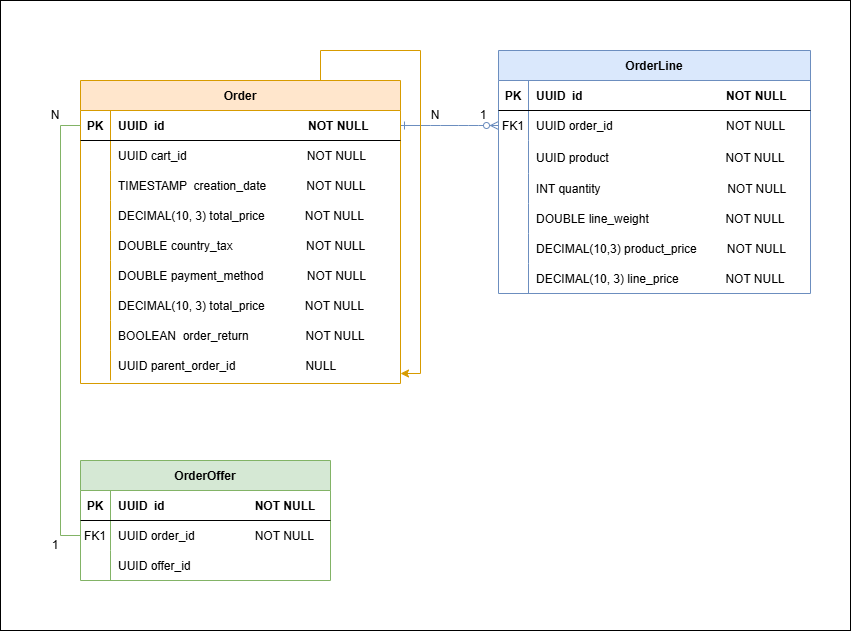
WRK2025-Pedidos/WRK2025-PEDIDOS keeps this draw.io diagram as doc/diagrams/OrderDiagram.png. Above is the earlier version. Source tidied: cells renumbered, new cells last; positions are measured from the earlier drawing's top-left corner, leaving out a move shared by most shapes.
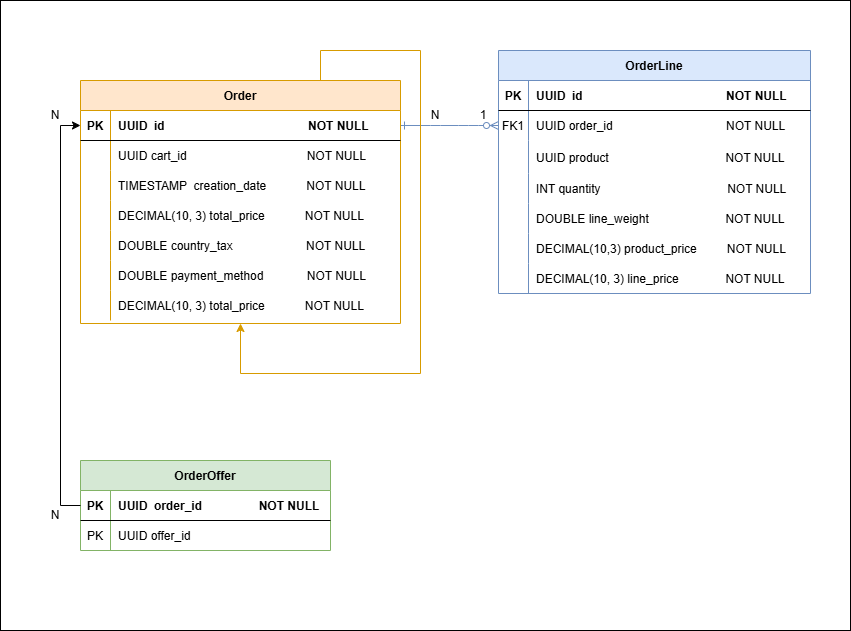
Later version of the same file.

Commit message:
W2025 order 35 create order offer model (#57)

Change to the diagram source:
```diff
@@ -75,7 +75,7 @@
       <mxGeometry x="30" width="282" height="30" as="geometry" />
     </mxCell>
     <mxCell id="26" value="Order" style="shape=table;startSize=30;rowLines=0;fontStyle=1;align=center;fillColor=#ffe6cc;strokeColor=#d79b00;" parent="1" vertex="1">
-      <mxGeometry x="80" y="80" width="320" height="303" as="geometry" />
+      <mxGeometry x="80" y="80" width="320" height="243" as="geometry" />
     </mxCell>
     <mxCell id="27" style="shape=partialRectangle;fillColor=none;points=[[0,0.5],[1,0.5]];portConstraint=eastwest;top=0;left=0;right=0;bottom=1;" parent="26" vertex="1">
       <mxGeometry y="30" width="320" height="30" as="geometry" />
@@ -140,24 +140,6 @@
     <mxCell id="47" value="DECIMAL(10, 3) total_price            NOT NULL" style="shape=partialRectangle;overflow=hidden;fillColor=none;top=0;left=0;bottom=0;right=0;align=left;spacingLeft=6;" parent="45" vertex="1">
       <mxGeometry x="30" width="290" height="30" as="geometry" />
     </mxCell>
-    <mxCell id="48" style="shape=partialRectangle;fillColor=none;top=0;left=0;right=0;bottom=0;" parent="26" vertex="1">
-      <mxGeometry y="240" width="320" height="30" as="geometry" />
-    </mxCell>
-    <mxCell id="49" style="shape=partialRectangle;overflow=hidden;fillColor=none;top=0;left=0;bottom=0;right=0;" parent="48" vertex="1">
-      <mxGeometry width="30" height="30" as="geometry" />
-    </mxCell>
-    <mxCell id="50" value="BOOLEAN  order_return                 NOT NULL" style="shape=partialRectangle;overflow=hidden;fillColor=none;top=0;left=0;bottom=0;right=0;align=left;spacingLeft=6;" parent="48" vertex="1">
-      <mxGeometry x="30" width="290" height="30" as="geometry" />
-    </mxCell>
-    <mxCell id="51" style="shape=partialRectangle;fillColor=none;top=0;left=0;right=0;bottom=0;" parent="26" vertex="1">
-      <mxGeometry y="270" width="320" height="30" as="geometry" />
-    </mxCell>
-    <mxCell id="52" style="shape=partialRectangle;overflow=hidden;fillColor=none;top=0;left=0;bottom=0;right=0;" parent="51" vertex="1">
-      <mxGeometry width="30" height="30" as="geometry" />
-    </mxCell>
-    <mxCell id="53" value="UUID parent_order_id                     NULL     " style="shape=partialRectangle;overflow=hidden;fillColor=none;top=0;left=0;bottom=0;right=0;align=left;spacingLeft=6;" parent="51" vertex="1">
-      <mxGeometry x="30" width="290" height="30" as="geometry" />
-    </mxCell>
     <mxCell id="54" style="edgeStyle=orthogonalEdgeStyle;rounded=0;orthogonalLoop=1;jettySize=auto;html=1;exitX=0.75;exitY=0;exitDx=0;exitDy=0;fillColor=#ffe6cc;strokeColor=#d79b00;" parent="1" edge="1" source="26" target="26">
       <mxGeometry relative="1" as="geometry">
         <Array as="points">
@@ -169,7 +151,7 @@
       </mxGeometry>
     </mxCell>
     <mxCell id="55" value="OrderOffer" style="shape=table;startSize=30;rowLines=0;fontStyle=1;align=center;fillColor=#d5e8d4;strokeColor=#82b366;" parent="1" vertex="1">
-      <mxGeometry x="80" y="460" width="250" height="120" as="geometry" />
+      <mxGeometry x="80" y="460" width="250" height="90" as="geometry" />
     </mxCell>
     <mxCell id="56" style="shape=partialRectangle;fillColor=none;points=[[0,0.5],[1,0.5]];portConstraint=eastwest;top=0;left=0;right=0;bottom=1;" parent="55" vertex="1">
       <mxGeometry y="30" width="250" height="30" as="geometry" />
@@ -177,32 +159,20 @@
     <mxCell id="57" value="PK" style="shape=partialRectangle;overflow=hidden;fillColor=none;top=0;left=0;bottom=0;right=0;fontStyle=1;" parent="56" vertex="1">
       <mxGeometry width="30" height="30" as="geometry" />
     </mxCell>
-    <mxCell id="58" value="UUID  id                           NOT NULL" style="shape=partialRectangle;overflow=hidden;fillColor=none;top=0;left=0;bottom=0;right=0;align=left;spacingLeft=6;fontStyle=1;" parent="56" vertex="1">
+    <mxCell id="58" value="UUID  order_id                 NOT NULL" style="shape=partialRectangle;overflow=hidden;fillColor=none;top=0;left=0;bottom=0;right=0;align=left;spacingLeft=6;fontStyle=1;" parent="56" vertex="1">
       <mxGeometry x="30" width="220" height="30" as="geometry" />
     </mxCell>
-    <mxCell id="59" style="shape=partialRectangle;fillColor=none;points=[[0,0.5],[1,0.5]];portConstraint=eastwest;top=0;left=0;right=0;bottom=0;" parent="55" vertex="1">
-      <mxGeometry y="60" width="250" height="30" as="geometry" />
-    </mxCell>
-    <mxCell id="60" value="FK1" style="shape=partialRectangle;overflow=hidden;fillColor=none;top=0;left=0;bottom=0;right=0;" parent="59" vertex="1">
-      <mxGeometry width="30" height="30" as="geometry" />
-    </mxCell>
-    <mxCell id="61" value="UUID order_id                  NOT NULL" style="shape=partialRectangle;overflow=hidden;fillColor=none;top=0;left=0;bottom=0;right=0;align=left;spacingLeft=6;" parent="59" vertex="1">
-      <mxGeometry x="30" width="220" height="30" as="geometry" />
-    </mxCell>
     <mxCell id="62" style="shape=partialRectangle;fillColor=none;top=0;left=0;right=0;bottom=0;" parent="55" vertex="1">
-      <mxGeometry y="90" width="250" height="30" as="geometry" />
+      <mxGeometry y="60" width="250" height="30" as="geometry" />
     </mxCell>
-    <mxCell id="63" style="shape=partialRectangle;overflow=hidden;fillColor=none;top=0;left=0;bottom=0;right=0;" parent="62" vertex="1">
+    <mxCell id="63" value="PK" style="shape=partialRectangle;overflow=hidden;fillColor=none;top=0;left=0;bottom=0;right=0;" parent="62" vertex="1">
       <mxGeometry width="30" height="30" as="geometry" />
     </mxCell>
     <mxCell id="64" value="UUID offer_id  " style="shape=partialRectangle;overflow=hidden;fillColor=none;top=0;left=0;bottom=0;right=0;align=left;spacingLeft=6;" parent="62" vertex="1">
       <mxGeometry x="30" width="220" height="30" as="geometry" />
     </mxCell>
-    <mxCell id="65" style="edgeStyle=orthogonalEdgeStyle;rounded=0;jettySize=auto;html=1;exitX=0;exitY=0.5;exitDx=0;exitDy=0;entryX=0;entryY=0.5;entryDx=0;entryDy=0;endArrow=none;endFill=0;startFill=0;fillColor=#d5e8d4;strokeColor=#82b366;" parent="1" edge="1" source="59" target="27">
-      <mxGeometry relative="1" as="geometry" />
-    </mxCell>
-    <mxCell id="66" value="1" style="text;html=1;align=center;verticalAlign=middle;whiteSpace=wrap;rounded=0;" parent="1" vertex="1">
-      <mxGeometry x="40" y="530" width="30" height="30" as="geometry" />
+    <mxCell id="66" value="N" style="text;html=1;align=center;verticalAlign=middle;whiteSpace=wrap;rounded=0;" parent="1" vertex="1">
+      <mxGeometry x="40" y="500" width="30" height="30" as="geometry" />
     </mxCell>
     <mxCell id="67" value="N" style="text;html=1;align=center;verticalAlign=middle;whiteSpace=wrap;rounded=0;" parent="1" vertex="1">
       <mxGeometry x="40" y="100" width="30" height="30" as="geometry" />
@@ -213,5 +183,8 @@
     <mxCell id="69" value="N" style="text;html=1;align=center;verticalAlign=middle;whiteSpace=wrap;rounded=0;" parent="1" vertex="1">
       <mxGeometry x="420" y="100" width="30" height="30" as="geometry" />
     </mxCell>
+    <mxCell id="70" style="edgeStyle=orthogonalEdgeStyle;rounded=0;jettySize=auto;html=1;exitX=0;exitY=0.5;exitDx=0;exitDy=0;entryX=0;entryY=0.5;entryDx=0;entryDy=0;" parent="1" edge="1" source="56" target="27">
+      <mxGeometry relative="1" as="geometry" />
+    </mxCell>
   </root>
 </mxGraphModel>
```
